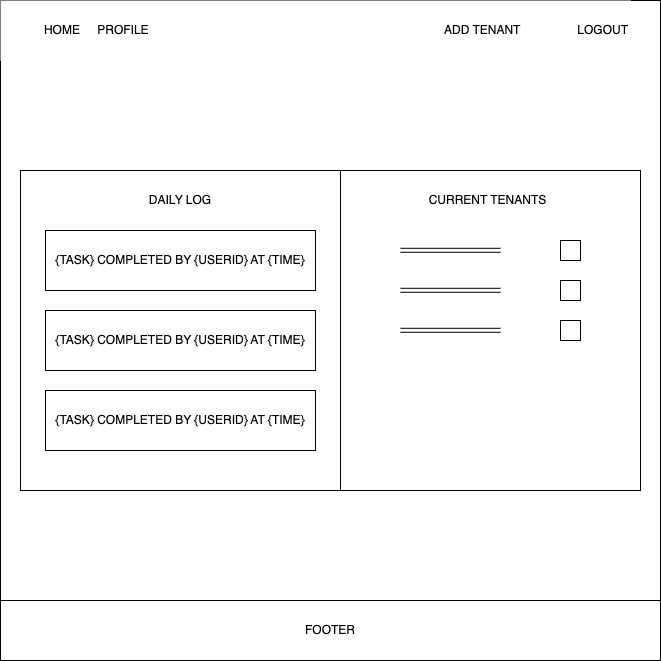
mHaines9219/ShelterHelper keeps this draw.io diagram as wireframes/loggedin.drawio.png. Above is the earlier version. Source tidied: cells renumbered, new cells last; positions are measured from the earlier drawing's top-left corner, leaving out a move shared by most shapes.
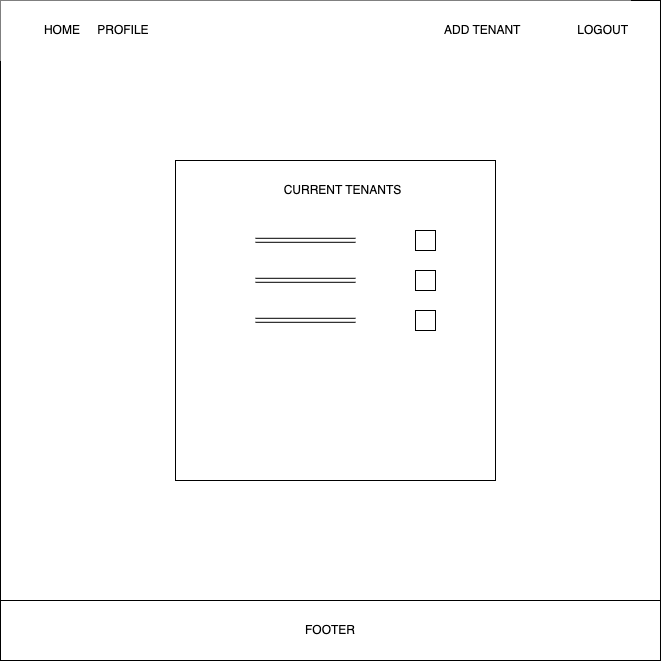
Later version of the same file.

The edit, as a diff of the source:
```diff
@@ -3,29 +3,23 @@
     <mxCell id="0" />
     <mxCell id="1" parent="0" />
     <mxCell id="2" style="whiteSpace=wrap;html=1;" parent="1" vertex="1">
-      <mxGeometry width="660" height="660" as="geometry" />
+      <mxGeometry x="145" y="10" width="660" height="660" as="geometry" />
     </mxCell>
     <mxCell id="3" value="&lt;div style=&quot;&quot;&gt;&lt;span style=&quot;background-color: initial;&quot;&gt;HOME&lt;span style=&quot;white-space: pre;&quot;&gt;&#9;&lt;/span&gt;PROFILE&lt;span style=&quot;white-space: pre;&quot;&gt;&#9;&lt;/span&gt;&lt;span style=&quot;white-space: pre;&quot;&gt;&#9;&lt;/span&gt;&lt;span style=&quot;white-space: pre;&quot;&gt;&#9;&lt;/span&gt;&lt;span style=&quot;white-space: pre;&quot;&gt;&#9;&lt;/span&gt;&lt;span style=&quot;white-space: pre;&quot;&gt;&#9;&lt;/span&gt;&lt;span style=&quot;white-space: pre;&quot;&gt;&#9;&lt;/span&gt;&lt;span style=&quot;white-space: pre;&quot;&gt;&#9;&lt;/span&gt;&lt;span style=&quot;white-space: pre;&quot;&gt;&#9;&lt;/span&gt;&lt;span style=&quot;white-space: pre;&quot;&gt;&#9;&lt;/span&gt;&lt;span style=&quot;white-space: pre;&quot;&gt;&#9;&lt;/span&gt;&lt;span style=&quot;white-space: pre;&quot;&gt;&#9;&lt;/span&gt;&lt;span style=&quot;white-space: pre;&quot;&gt;&#9;&lt;/span&gt;ADD TENANT&lt;span style=&quot;white-space: pre;&quot;&gt;&#9;&lt;/span&gt;&lt;span style=&quot;white-space: pre;&quot;&gt;&#9;&lt;/span&gt;&lt;/span&gt;&lt;span style=&quot;background-color: initial;&quot;&gt;&lt;span style=&quot;white-space: pre;&quot;&gt;&#9;&lt;/span&gt;LOGOUT&lt;/span&gt;&lt;/div&gt;" style="rounded=0;whiteSpace=wrap;html=1;align=right;strokeColor=none;" parent="1" vertex="1">
-      <mxGeometry width="630" height="60" as="geometry" />
+      <mxGeometry x="145" y="10" width="630" height="60" as="geometry" />
     </mxCell>
     <mxCell id="4" value="FOOTER" style="rounded=0;whiteSpace=wrap;html=1;" parent="1" vertex="1">
-      <mxGeometry y="600" width="660" height="60" as="geometry" />
+      <mxGeometry x="145" y="610" width="660" height="60" as="geometry" />
     </mxCell>
     <mxCell id="5" style="whiteSpace=wrap;html=1;" parent="1" vertex="1">
       <mxGeometry x="320" y="170" width="320" height="320" as="geometry" />
     </mxCell>
-    <mxCell id="6" style="whiteSpace=wrap;html=1;" parent="1" vertex="1">
-      <mxGeometry x="20" y="170" width="320" height="320" as="geometry" />
-    </mxCell>
     <mxCell id="7" style="edgeStyle=none;html=1;" parent="1" edge="1" source="8" target="5">
       <mxGeometry relative="1" as="geometry" />
     </mxCell>
     <mxCell id="8" value="CURRENT TENANTS" style="rounded=1;whiteSpace=wrap;html=1;fillColor=none;strokeColor=none;" parent="1" vertex="1">
       <mxGeometry x="335" y="170" width="305" height="60" as="geometry" />
     </mxCell>
-    <mxCell id="9" value="DAILY LOG" style="rounded=0;whiteSpace=wrap;html=1;fillColor=none;strokeColor=none;" parent="1" vertex="1">
-      <mxGeometry x="120" y="170" width="120" height="60" as="geometry" />
-    </mxCell>
     <mxCell id="10" style="shape=link;html=1;" parent="1" edge="1">
       <mxGeometry relative="1" as="geometry">
         <mxPoint x="400" y="249.8" as="sourcePoint" />
@@ -53,14 +47,5 @@
     <mxCell id="15" style="whiteSpace=wrap;html=1;fillColor=none;" parent="1" vertex="1">
       <mxGeometry x="560" y="320" width="20" height="20" as="geometry" />
     </mxCell>
-    <mxCell id="16" value="{TASK} COMPLETED BY {USERID} AT {TIME}" style="rounded=0;whiteSpace=wrap;html=1;" parent="1" vertex="1">
-      <mxGeometry x="45" y="230" width="270" height="60" as="geometry" />
-    </mxCell>
-    <mxCell id="17" value="{TASK} COMPLETED BY {USERID} AT {TIME}" style="rounded=0;whiteSpace=wrap;html=1;" parent="1" vertex="1">
-      <mxGeometry x="45" y="310" width="270" height="60" as="geometry" />
-    </mxCell>
-    <mxCell id="18" value="{TASK} COMPLETED BY {USERID} AT {TIME}" style="rounded=0;whiteSpace=wrap;html=1;" parent="1" vertex="1">
-      <mxGeometry x="45" y="390" width="270" height="60" as="geometry" />
-    </mxCell>
   </root>
 </mxGraphModel>
```
